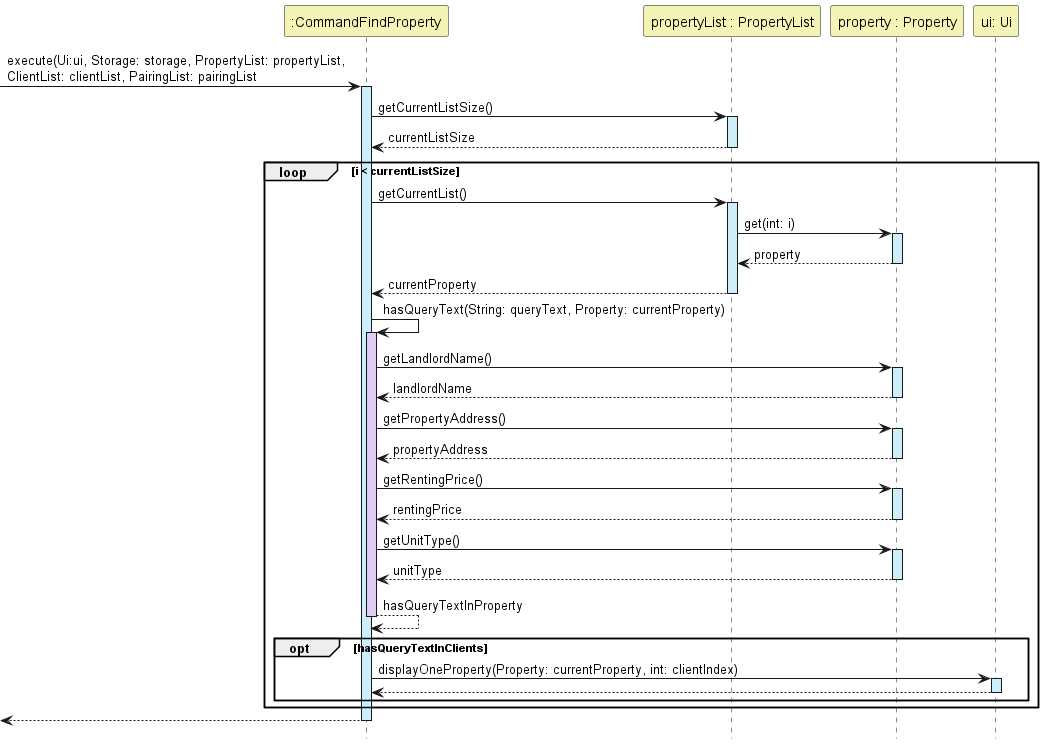
nus-cs2113-AY2223S1/tp keeps this PlantUML diagram as docs/diagrams/FindPropertySequenceDiagram.png. Above is the earlier version. Source of this version:
```plantuml
@startuml

hide footbox

Participant ":CommandFindProperty" as CommandFindProperty #F4F4B6
Participant "propertyList : PropertyList" as PropertyList #F4F4B6
Participant "property : Property" as Property #F4F4B6
Participant "ui: Ui" as Ui #F4F4B6

->CommandFindProperty:execute(Ui:ui, Storage: storage, PropertyList: propertyList, \nClientList: clientList, PairingList: pairingList
activate CommandFindProperty #CDEFF9

CommandFindProperty->PropertyList:getCurrentListSize()
activate PropertyList #CDEFF9
return currentListSize

    loop i < currentListSize
        CommandFindProperty->PropertyList:getCurrentList()
        activate PropertyList #CDEFF9
        PropertyList->Property:get(int: i)
        activate Property #CDEFF9
        return property
        return currentProperty

        CommandFindProperty->CommandFindProperty:hasQueryText(String: queryText, Property: currentProperty)
        activate CommandFindProperty #E2CDF9
        CommandFindProperty -> Property:getLandlordName()
        activate Property #CDEFF9
        return landlordName

        CommandFindProperty -> Property:getPropertyAddress()
        activate Property #CDEFF9
        return propertyAddress

        CommandFindProperty -> Property:getRentingPrice()
        activate Property #CDEFF9
        return rentingPrice

        CommandFindProperty -> Property:getUnitType()
        activate Property #CDEFF9
        return unitType

        return hasQueryTextInProperty
        opt hasQueryTextInClients
            CommandFindProperty->Ui:displayOneProperty(Property: currentProperty, int: clientIndex)
            activate Ui #CDEFF9
            return
        end

    end

    return
@enduml
```
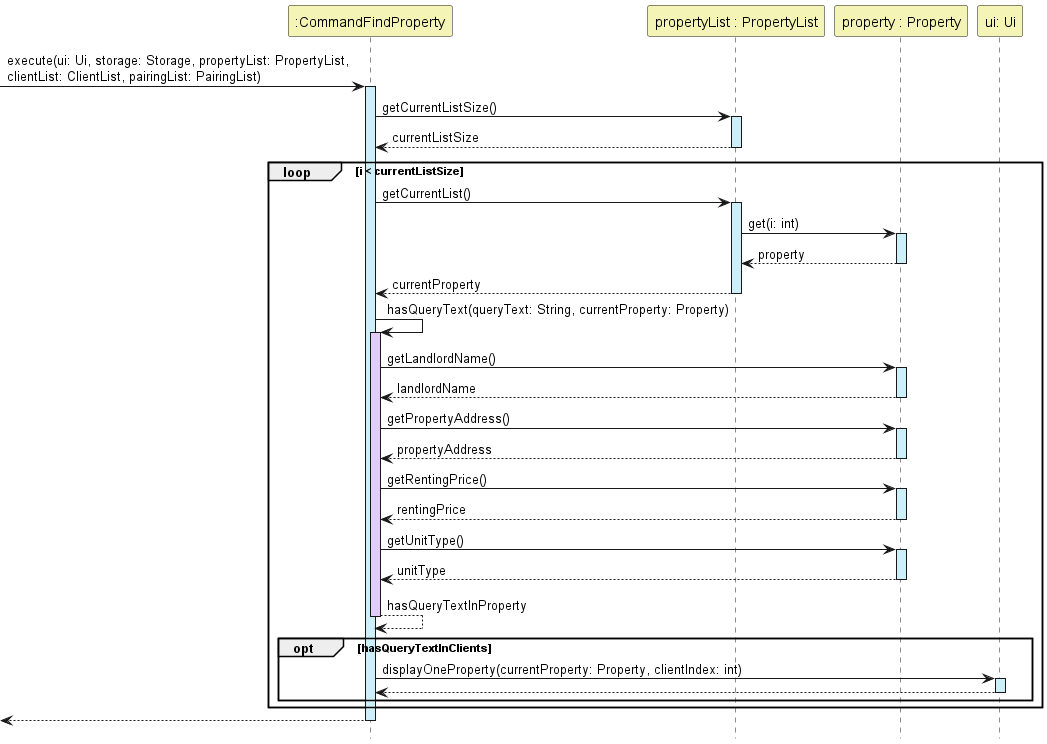
The same diagram one commit later.

What changed in the source:
```diff
@@ -7,7 +7,7 @@
 Participant "property : Property" as Property #F4F4B6
 Participant "ui: Ui" as Ui #F4F4B6
 
-->CommandFindProperty:execute(Ui:ui, Storage: storage, PropertyList: propertyList, \nClientList: clientList, PairingList: pairingList
+->CommandFindProperty:execute(ui: Ui, storage: Storage, propertyList: PropertyList, \nclientList: ClientList, pairingList: PairingList)
 activate CommandFindProperty #CDEFF9
 
 CommandFindProperty->PropertyList:getCurrentListSize()
@@ -17,12 +17,12 @@
     loop i < currentListSize
         CommandFindProperty->PropertyList:getCurrentList()
         activate PropertyList #CDEFF9
-        PropertyList->Property:get(int: i)
+        PropertyList->Property:get(i: int)
         activate Property #CDEFF9
         return property
         return currentProperty
 
-        CommandFindProperty->CommandFindProperty:hasQueryText(String: queryText, Property: currentProperty)
+        CommandFindProperty->CommandFindProperty:hasQueryText(queryText: String, currentProperty: Property)
         activate CommandFindProperty #E2CDF9
         CommandFindProperty -> Property:getLandlordName()
         activate Property #CDEFF9
@@ -42,7 +42,7 @@
 
         return hasQueryTextInProperty
         opt hasQueryTextInClients
-            CommandFindProperty->Ui:displayOneProperty(Property: currentProperty, int: clientIndex)
+            CommandFindProperty->Ui:displayOneProperty(currentProperty: Property, clientIndex: int)
             activate Ui #CDEFF9
             return
         end
```
